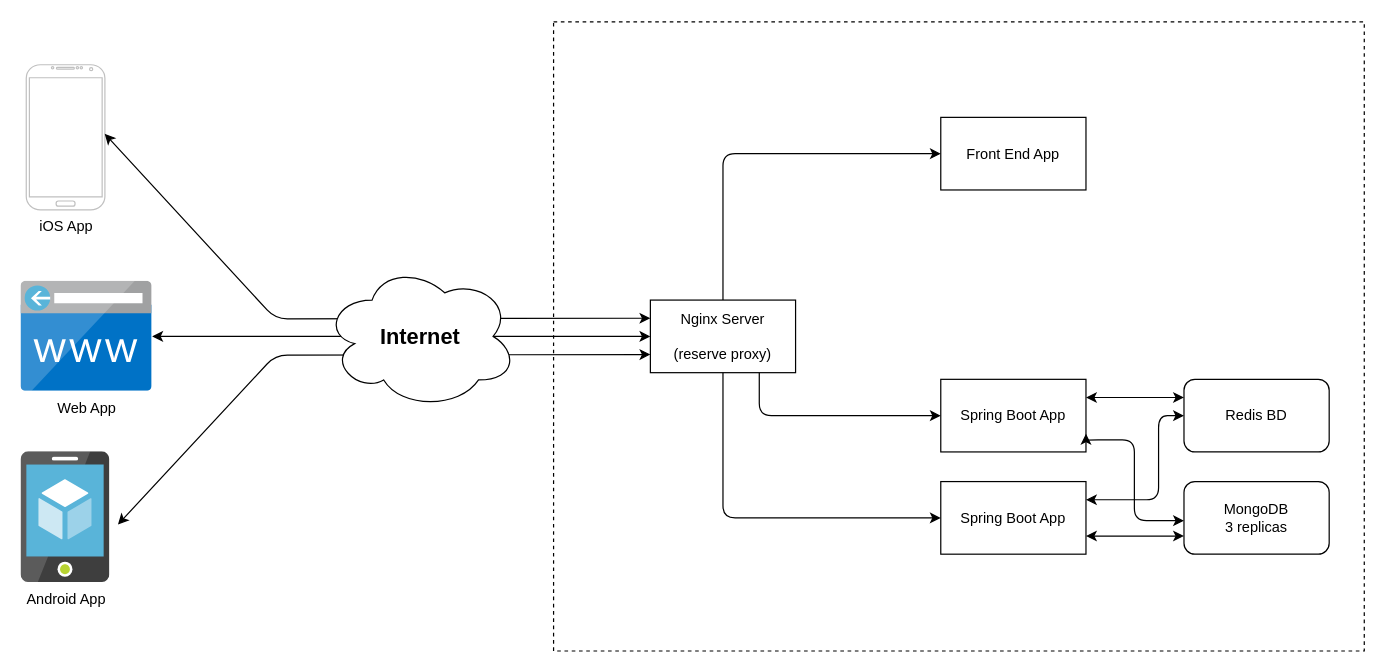
Earlier version of the draw.io diagram Untitled Diagram.drawio (abelo003/models). Source tidied: cells renumbered, new cells numbered last; positions are measured from the earlier drawing's top-left corner, leaving out a move shared by most shapes. Both pictures are drawn from the tidied source at 121%, with x=0, y=0 at pixel (21, 21).
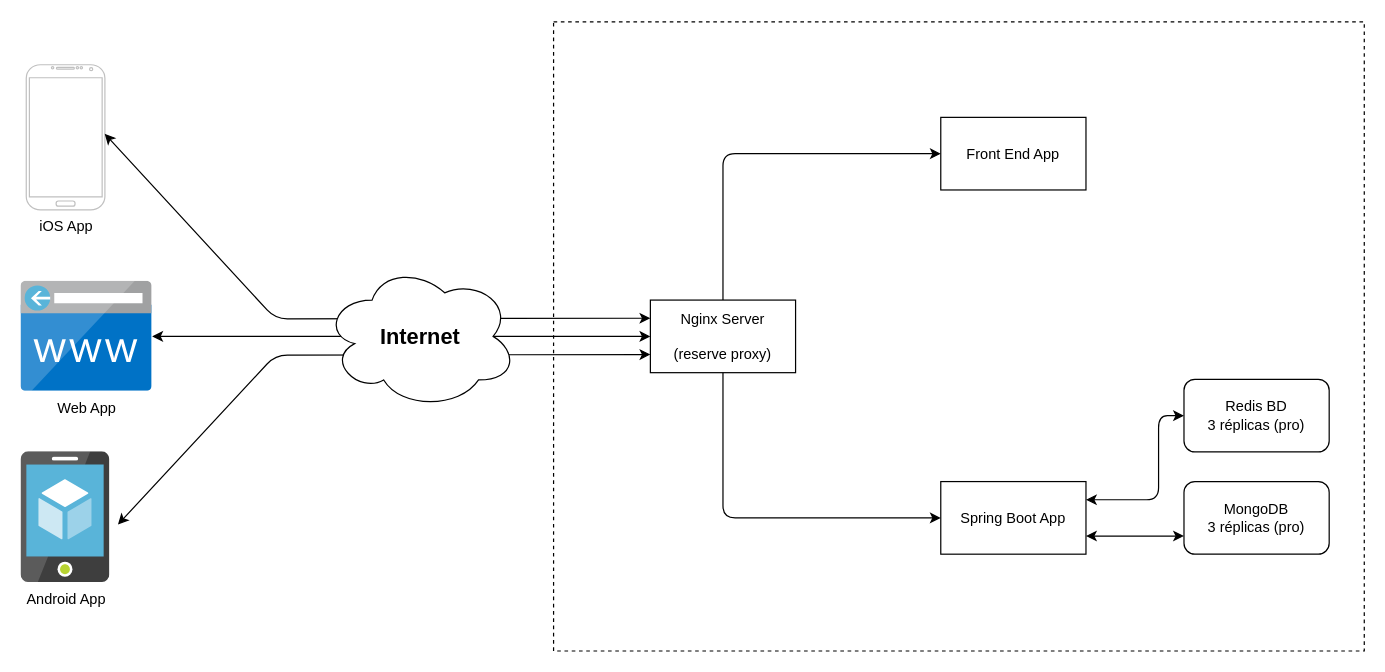
Above is the later version.

Diff of the diagram source:
```diff
@@
-    <mxCell id="15" value="Spring Boot App" style="rounded=0;whiteSpace=wrap;html=1;" parent="1" vertex="1">
-      <mxGeometry x="760" y="296" width="120" height="60" as="geometry" />
-    </mxCell>
-    <mxCell id="16" style="endArrow=classic;html=1;entryX=0;entryY=0.5;entryDx=0;entryDy=0;exitX=0.5;exitY=1;exitDx=0;exitDy=0;" parent="1" edge="1" target="15">
-      <mxGeometry relative="1" as="geometry">
-        <mxPoint x="610" y="290.5" as="sourcePoint" />
-        <Array as="points">
-          <mxPoint x="610" y="326" />
-        </Array>
-      </mxGeometry>
-    </mxCell>
-    <mxCell id="17" value="Redis BD" style="rounded=1;whiteSpace=wrap;html=1;" parent="1" vertex="1">
+    <mxCell id="17" value="&lt;div&gt;Redis BD&lt;/div&gt;&lt;div&gt;3 réplicas (pro)&lt;br&gt;&lt;/div&gt;" style="rounded=1;whiteSpace=wrap;html=1;" parent="1" vertex="1">
       <mxGeometry x="961" y="296" width="120" height="60" as="geometry" />
     </mxCell>
-    <mxCell id="18" value="&lt;div&gt;MongoDB&lt;/div&gt;&lt;div&gt;3 replicas&lt;br&gt;&lt;/div&gt;" style="rounded=1;whiteSpace=wrap;html=1;" parent="1" vertex="1">
+    <mxCell id="18" value="&lt;div&gt;MongoDB&lt;/div&gt;&lt;div&gt;3 réplicas (pro)&lt;br&gt;&lt;/div&gt;" style="rounded=1;whiteSpace=wrap;html=1;" parent="1" vertex="1">
       <mxGeometry x="961" y="380.5" width="120" height="60" as="geometry" />
     </mxCell>
@@
-    <mxCell id="20" style="endArrow=classic;startArrow=classic;html=1;exitX=1;exitY=0.75;exitDx=0;exitDy=0;edgeStyle=orthogonalEdgeStyle;" parent="1" edge="1" source="15">
-      <mxGeometry relative="1" as="geometry">
-        <mxPoint x="961" y="412.8" as="targetPoint" />
-        <Array as="points">
-          <mxPoint x="880" y="346" />
-          <mxPoint x="920" y="346" />
-          <mxPoint x="920" y="413" />
-        </Array>
-      </mxGeometry>
-    </mxCell>
-    <mxCell id="21" style="endArrow=classic;startArrow=classic;html=1;exitX=1;exitY=0.25;exitDx=0;exitDy=0;entryX=0;entryY=0.25;entryDx=0;entryDy=0;" parent="1" edge="1" source="15" target="17">
-      <mxGeometry relative="1" as="geometry" />
-    </mxCell>
```
